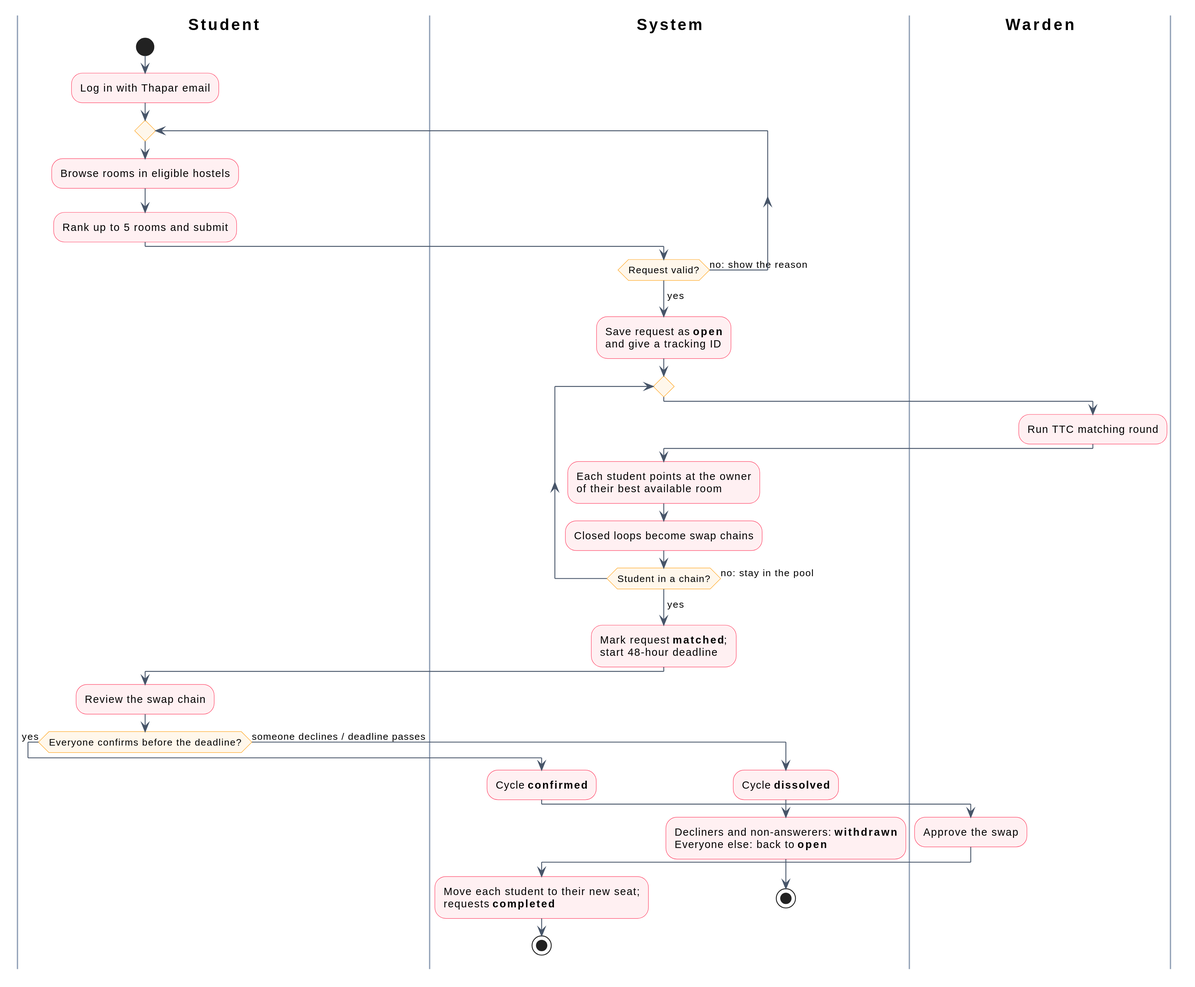
The PlantUML diagram diagrams/out/activity.svg in glitchpunch/UCS503P-202627-CampusSwap, before a commit.
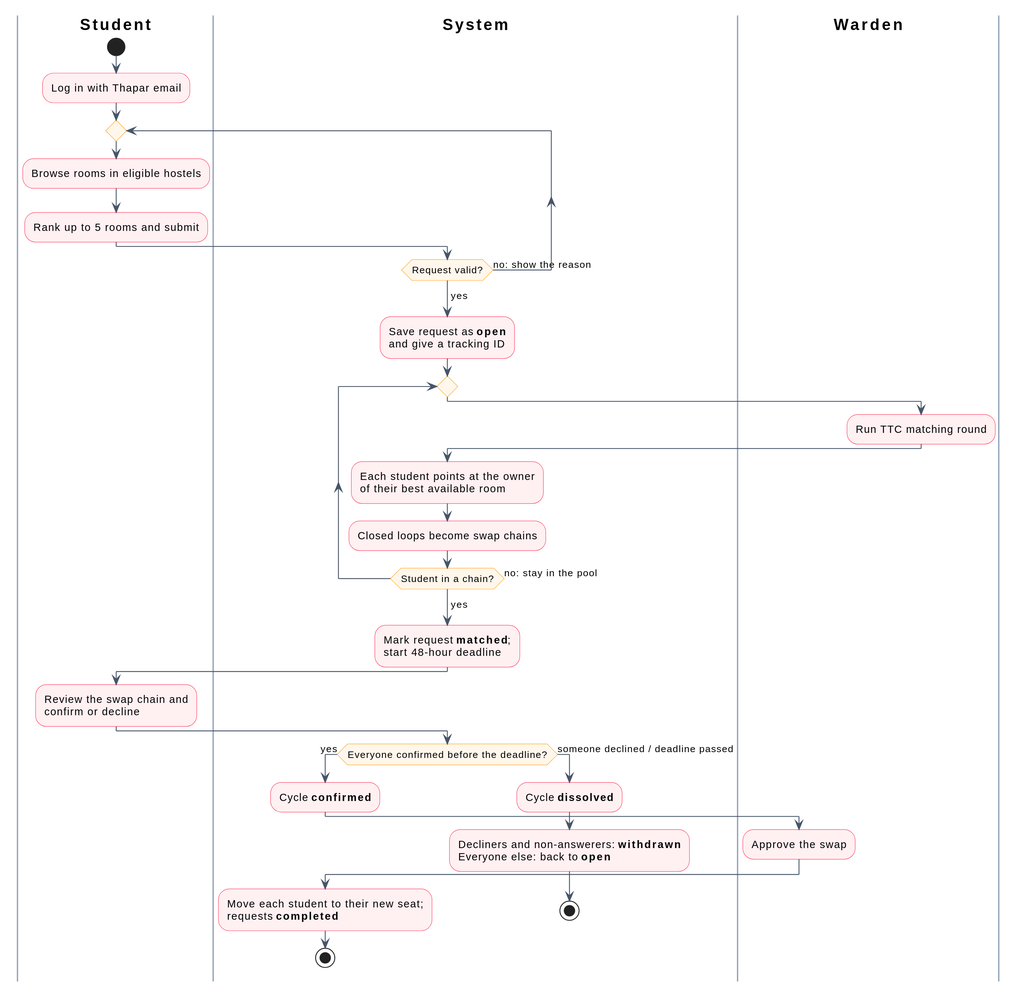
After the commit.

Commit message:
Tidy the class and activity diagrams and dashboard step wording

The edit, as a diff of the source:
```diff
@@ -34,17 +34,16 @@
 ->yes;
 :Mark request **matched**;\nstart 48-hour deadline;
 |Student|
-:Review the swap chain;
-if (Everyone confirms before the deadline?) then (yes)
-  |System|
+:Review the swap chain and\nconfirm or decline;
+|System|
+if (Everyone confirmed before the deadline?) then (yes)
   :Cycle **confirmed**;
   |Warden|
   :Approve the swap;
   |System|
   :Move each student to their new seat;\nrequests **completed**;
   stop
-else (someone declines / deadline passes)
-  |System|
+else (someone declined / deadline passed)
   :Cycle **dissolved**;
   :Decliners and non-answerers: **withdrawn**\nEveryone else: back to **open**;
   stop
```
